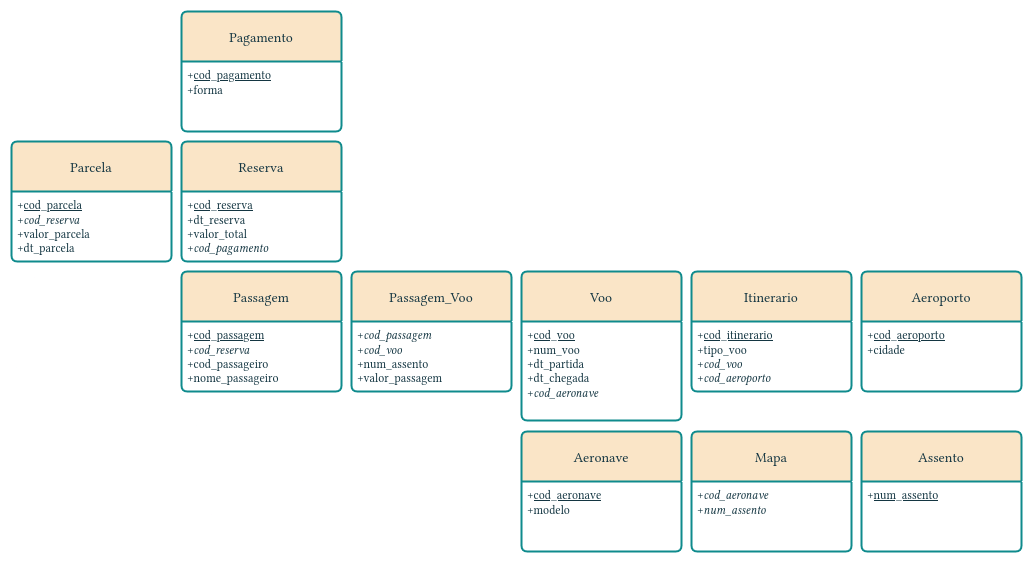
The draw.io diagram linhas-aereas-Tables.drawio.png in hmccl/linhas-aereas, before a commit. Source tidied: cells renumbered, new cells last; positions are measured from the earlier drawing's top-left corner, leaving out a move shared by most shapes.
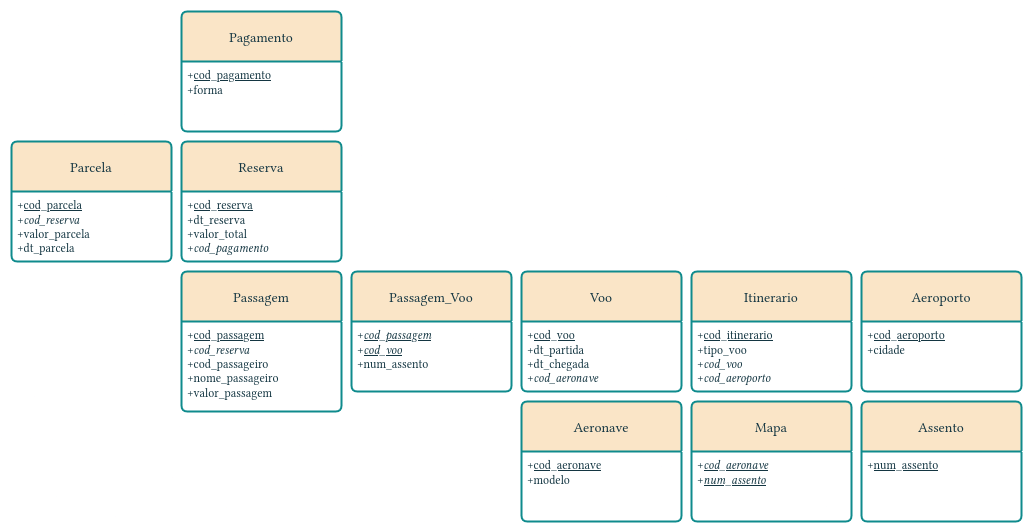
After the commit.

Commit message:
Atualiza estrutura do banco

Diff of the diagram source:
```diff
@@ -3,22 +3,22 @@
     <mxCell id="0" />
     <mxCell id="1" parent="0" />
     <mxCell id="2" value="Passagem" style="swimlane;horizontal=1;startSize=50;rounded=1;fontSize=14;fontStyle=0;strokeWidth=2;shadow=0;dashed=0;align=center;arcSize=4;whiteSpace=wrap;html=1;labelBackgroundColor=none;fillColor=#FAE5C7;strokeColor=#0F8B8D;fontColor=#143642;swimlaneFillColor=default;" parent="1" vertex="1">
-      <mxGeometry x="170" y="260" width="160" height="120" as="geometry" />
+      <mxGeometry x="170" y="260" width="160" height="140" as="geometry" />
     </mxCell>
-    <mxCell id="3" value="+&lt;u&gt;cod_passagem&lt;/u&gt;&lt;br&gt;+&lt;i&gt;cod_reserva&lt;/i&gt;&lt;br&gt;&lt;div&gt;+cod_passageiro&lt;/div&gt;&lt;div&gt;+nome_passageiro&lt;/div&gt;" style="align=left;strokeColor=none;fillColor=none;spacingLeft=4;spacingRight=4;fontSize=12;verticalAlign=top;html=1;whiteSpace=wrap;labelBackgroundColor=none;fontColor=#143642;swimlaneFillColor=default;" parent="2" vertex="1">
-      <mxGeometry y="50" width="160" height="70" as="geometry" />
+    <mxCell id="3" value="+&lt;u&gt;cod_passagem&lt;/u&gt;&lt;br&gt;+&lt;i&gt;cod_reserva&lt;/i&gt;&lt;br&gt;&lt;div&gt;+cod_passageiro&lt;/div&gt;&lt;div&gt;+nome_passageiro&lt;/div&gt;&lt;div&gt;+valor_passagem&lt;/div&gt;" style="align=left;strokeColor=none;fillColor=none;spacingLeft=4;spacingRight=4;fontSize=12;verticalAlign=top;html=1;whiteSpace=wrap;labelBackgroundColor=none;fontColor=#143642;swimlaneFillColor=default;" parent="2" vertex="1">
+      <mxGeometry y="50" width="160" height="90" as="geometry" />
     </mxCell>
     <mxCell id="4" value="Passagem_Voo" style="swimlane;horizontal=1;startSize=50;rounded=1;fontSize=14;fontStyle=0;strokeWidth=2;shadow=0;dashed=0;align=center;arcSize=4;whiteSpace=wrap;html=1;labelBackgroundColor=none;fillColor=#FAE5C7;strokeColor=#0F8B8D;fontColor=#143642;swimlaneFillColor=default;" parent="1" vertex="1">
       <mxGeometry x="340" y="260" width="160" height="120" as="geometry" />
     </mxCell>
-    <mxCell id="5" value="+&lt;i&gt;cod_passagem&lt;/i&gt;&lt;br&gt;+&lt;i&gt;cod_voo&lt;/i&gt;&lt;br&gt;&lt;div&gt;+num_assento&lt;/div&gt;&lt;div&gt;+valor_passagem&lt;/div&gt;" style="align=left;strokeColor=none;fillColor=none;spacingLeft=4;spacingRight=4;fontSize=12;verticalAlign=top;html=1;whiteSpace=wrap;labelBackgroundColor=none;fontColor=#143642;swimlaneFillColor=default;" parent="4" vertex="1">
+    <mxCell id="5" value="+&lt;i&gt;&lt;u&gt;cod_passagem&lt;br&gt;&lt;/u&gt;&lt;/i&gt;+&lt;i&gt;&lt;u&gt;cod_voo&lt;/u&gt;&lt;/i&gt;&lt;br&gt;&lt;div&gt;+num_assento&lt;/div&gt;&lt;div&gt;&lt;br&gt;&lt;/div&gt;" style="align=left;strokeColor=none;fillColor=none;spacingLeft=4;spacingRight=4;fontSize=12;verticalAlign=top;html=1;whiteSpace=wrap;labelBackgroundColor=none;fontColor=#143642;swimlaneFillColor=default;" parent="4" vertex="1">
       <mxGeometry y="50" width="160" height="70" as="geometry" />
     </mxCell>
     <mxCell id="6" value="Voo" style="swimlane;horizontal=1;startSize=50;rounded=1;fontSize=14;fontStyle=0;strokeWidth=2;shadow=0;dashed=0;align=center;arcSize=4;whiteSpace=wrap;html=1;labelBackgroundColor=none;fillColor=#FAE5C7;strokeColor=#0F8B8D;fontColor=#143642;gradientColor=none;swimlaneFillColor=default;" parent="1" vertex="1">
-      <mxGeometry x="510" y="260" width="160" height="149" as="geometry" />
+      <mxGeometry x="510" y="260" width="160" height="120" as="geometry" />
     </mxCell>
-    <mxCell id="7" value="&lt;span style=&quot;background-color: light-dark(#ffffff, var(--ge-dark-color, #121212));&quot;&gt;&lt;span style=&quot;background-color: light-dark(#ffffff, var(--ge-dark-color, #121212));&quot;&gt;&lt;span style=&quot;background-color: light-dark(#ffffff, var(--ge-dark-color, #121212));&quot;&gt;&lt;span style=&quot;background-color: light-dark(#ffffff, var(--ge-dark-color, #121212));&quot;&gt;+&lt;u&gt;cod_voo&lt;br&gt;&lt;/u&gt;+num_voo&lt;br&gt;&lt;/span&gt;&lt;/span&gt;&lt;/span&gt;&lt;/span&gt;&lt;div&gt;&lt;span style=&quot;background-color: light-dark(#ffffff, var(--ge-dark-color, #121212));&quot;&gt;+dt_partida&lt;/span&gt;&lt;/div&gt;&lt;div&gt;&lt;span style=&quot;background-color: light-dark(#ffffff, var(--ge-dark-color, #121212));&quot;&gt;+dt_chegada&lt;/span&gt;&lt;/div&gt;&lt;div&gt;&lt;span style=&quot;background-color: light-dark(#ffffff, var(--ge-dark-color, #121212));&quot;&gt;+&lt;i&gt;cod_aeronave&lt;/i&gt;&lt;/span&gt;&lt;/div&gt;" style="align=left;strokeColor=none;fillColor=none;spacingLeft=4;spacingRight=4;fontSize=12;verticalAlign=top;html=1;whiteSpace=wrap;labelBackgroundColor=none;fontColor=#143642;swimlaneFillColor=default;" parent="6" vertex="1">
-      <mxGeometry y="50" width="160" height="99" as="geometry" />
+    <mxCell id="7" value="&lt;span style=&quot;background-color: light-dark(#ffffff, var(--ge-dark-color, #121212));&quot;&gt;&lt;span style=&quot;background-color: light-dark(#ffffff, var(--ge-dark-color, #121212));&quot;&gt;&lt;span style=&quot;background-color: light-dark(#ffffff, var(--ge-dark-color, #121212));&quot;&gt;&lt;span style=&quot;background-color: light-dark(#ffffff, var(--ge-dark-color, #121212));&quot;&gt;+&lt;u&gt;cod_voo&lt;/u&gt;&lt;/span&gt;&lt;/span&gt;&lt;/span&gt;&lt;/span&gt;&lt;div&gt;&lt;span style=&quot;background-color: light-dark(#ffffff, var(--ge-dark-color, #121212));&quot;&gt;+dt_partida&lt;/span&gt;&lt;/div&gt;&lt;div&gt;&lt;span style=&quot;background-color: light-dark(#ffffff, var(--ge-dark-color, #121212));&quot;&gt;+dt_chegada&lt;/span&gt;&lt;/div&gt;&lt;div&gt;&lt;span style=&quot;background-color: light-dark(#ffffff, var(--ge-dark-color, #121212));&quot;&gt;+&lt;i&gt;cod_aeronave&lt;/i&gt;&lt;/span&gt;&lt;/div&gt;" style="align=left;strokeColor=none;fillColor=none;spacingLeft=4;spacingRight=4;fontSize=12;verticalAlign=top;html=1;whiteSpace=wrap;labelBackgroundColor=none;fontColor=#143642;swimlaneFillColor=default;" parent="6" vertex="1">
+      <mxGeometry y="50" width="160" height="70" as="geometry" />
     </mxCell>
     <mxCell id="8" value="Itinerario" style="swimlane;horizontal=1;startSize=50;rounded=1;fontSize=14;fontStyle=0;strokeWidth=2;shadow=0;dashed=0;align=center;arcSize=4;whiteSpace=wrap;html=1;labelBackgroundColor=none;fillColor=#FAE5C7;strokeColor=#0F8B8D;fontColor=#143642;swimlaneFillColor=default;" parent="1" vertex="1">
       <mxGeometry x="680" y="260" width="160" height="120" as="geometry" />
@@ -33,21 +33,21 @@
       <mxGeometry y="50" width="160" height="70" as="geometry" />
     </mxCell>
     <mxCell id="12" value="Aeronave" style="swimlane;horizontal=1;startSize=50;rounded=1;fontSize=14;fontStyle=0;strokeWidth=2;shadow=0;dashed=0;align=center;arcSize=4;whiteSpace=wrap;html=1;labelBackgroundColor=none;fillColor=#FAE5C7;strokeColor=#0F8B8D;fontColor=#143642;swimlaneFillColor=default;" parent="1" vertex="1">
-      <mxGeometry x="510" y="420" width="160" height="120" as="geometry" />
+      <mxGeometry x="510" y="390" width="160" height="120" as="geometry" />
     </mxCell>
     <mxCell id="13" value="+&lt;u&gt;cod_aeronave&lt;/u&gt;&lt;br&gt;+modelo" style="align=left;strokeColor=none;fillColor=none;spacingLeft=4;spacingRight=4;fontSize=12;verticalAlign=top;html=1;whiteSpace=wrap;labelBackgroundColor=none;fontColor=#143642;swimlaneFillColor=default;" parent="12" vertex="1">
       <mxGeometry y="50" width="160" height="70" as="geometry" />
     </mxCell>
     <mxCell id="14" value="Assento" style="swimlane;horizontal=1;startSize=50;rounded=1;fontSize=14;fontStyle=0;strokeWidth=2;shadow=0;dashed=0;align=center;arcSize=4;whiteSpace=wrap;html=1;labelBackgroundColor=none;fillColor=#FAE5C7;strokeColor=#0F8B8D;fontColor=#143642;swimlaneFillColor=default;" parent="1" vertex="1">
-      <mxGeometry x="850" y="420" width="160" height="120" as="geometry" />
+      <mxGeometry x="850" y="390" width="160" height="120" as="geometry" />
     </mxCell>
     <mxCell id="15" value="+&lt;u&gt;num_assento&lt;/u&gt;" style="align=left;strokeColor=none;fillColor=none;spacingLeft=4;spacingRight=4;fontSize=12;verticalAlign=top;html=1;whiteSpace=wrap;labelBackgroundColor=none;fontColor=#143642;swimlaneFillColor=default;" parent="14" vertex="1">
       <mxGeometry y="50" width="160" height="70" as="geometry" />
     </mxCell>
     <mxCell id="16" value="Mapa" style="swimlane;horizontal=1;startSize=50;rounded=1;fontSize=14;fontStyle=0;strokeWidth=2;shadow=0;dashed=0;align=center;arcSize=4;whiteSpace=wrap;html=1;labelBackgroundColor=none;fillColor=#FAE5C7;strokeColor=#0F8B8D;fontColor=#143642;swimlaneFillColor=default;" parent="1" vertex="1">
-      <mxGeometry x="680" y="420" width="160" height="120" as="geometry" />
+      <mxGeometry x="680" y="390" width="160" height="120" as="geometry" />
     </mxCell>
-    <mxCell id="17" value="+&lt;i&gt;cod_aeronave&lt;/i&gt;&lt;br&gt;+&lt;i&gt;num_assento&lt;/i&gt;" style="align=left;strokeColor=none;fillColor=none;spacingLeft=4;spacingRight=4;fontSize=12;verticalAlign=top;html=1;whiteSpace=wrap;labelBackgroundColor=none;fontColor=#143642;swimlaneFillColor=default;" parent="16" vertex="1">
+    <mxCell id="17" value="+&lt;u&gt;&lt;i&gt;cod_aeronave&lt;/i&gt;&lt;/u&gt;&lt;br&gt;+&lt;u&gt;&lt;i&gt;num_assento&lt;/i&gt;&lt;/u&gt;" style="align=left;strokeColor=none;fillColor=none;spacingLeft=4;spacingRight=4;fontSize=12;verticalAlign=top;html=1;whiteSpace=wrap;labelBackgroundColor=none;fontColor=#143642;swimlaneFillColor=default;" parent="16" vertex="1">
       <mxGeometry y="50" width="160" height="70" as="geometry" />
     </mxCell>
     <mxCell id="18" value="Reserva" style="swimlane;horizontal=1;startSize=50;rounded=1;fontSize=14;fontStyle=0;strokeWidth=2;shadow=0;dashed=0;align=center;arcSize=4;whiteSpace=wrap;html=1;labelBackgroundColor=none;fillColor=#FAE5C7;strokeColor=#0F8B8D;fontColor=#143642;swimlaneFillColor=default;" parent="1" vertex="1">
```
